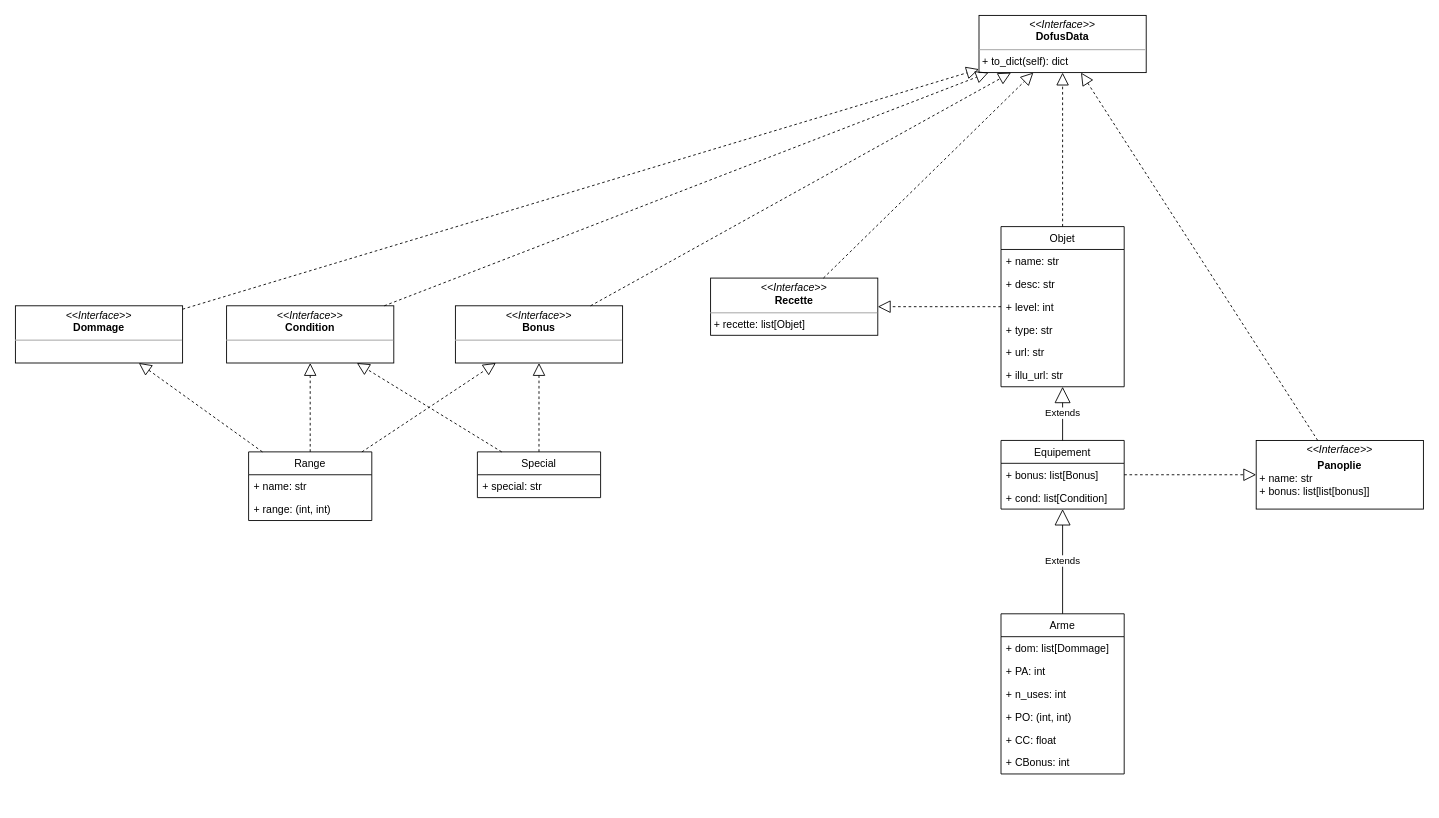
The draw.io diagram page "UML" (2 of 2) of schema_database_dofus.drawio in Futurne/dofus_scrap, before the edit. Source tidied: cells renumbered, new cells numbered last; positions are measured from the earlier drawing's top-left corner, leaving out a move shared by most shapes. Both pictures are drawn from the tidied source at 88%, with x=0, y=0 at pixel (15, 15).
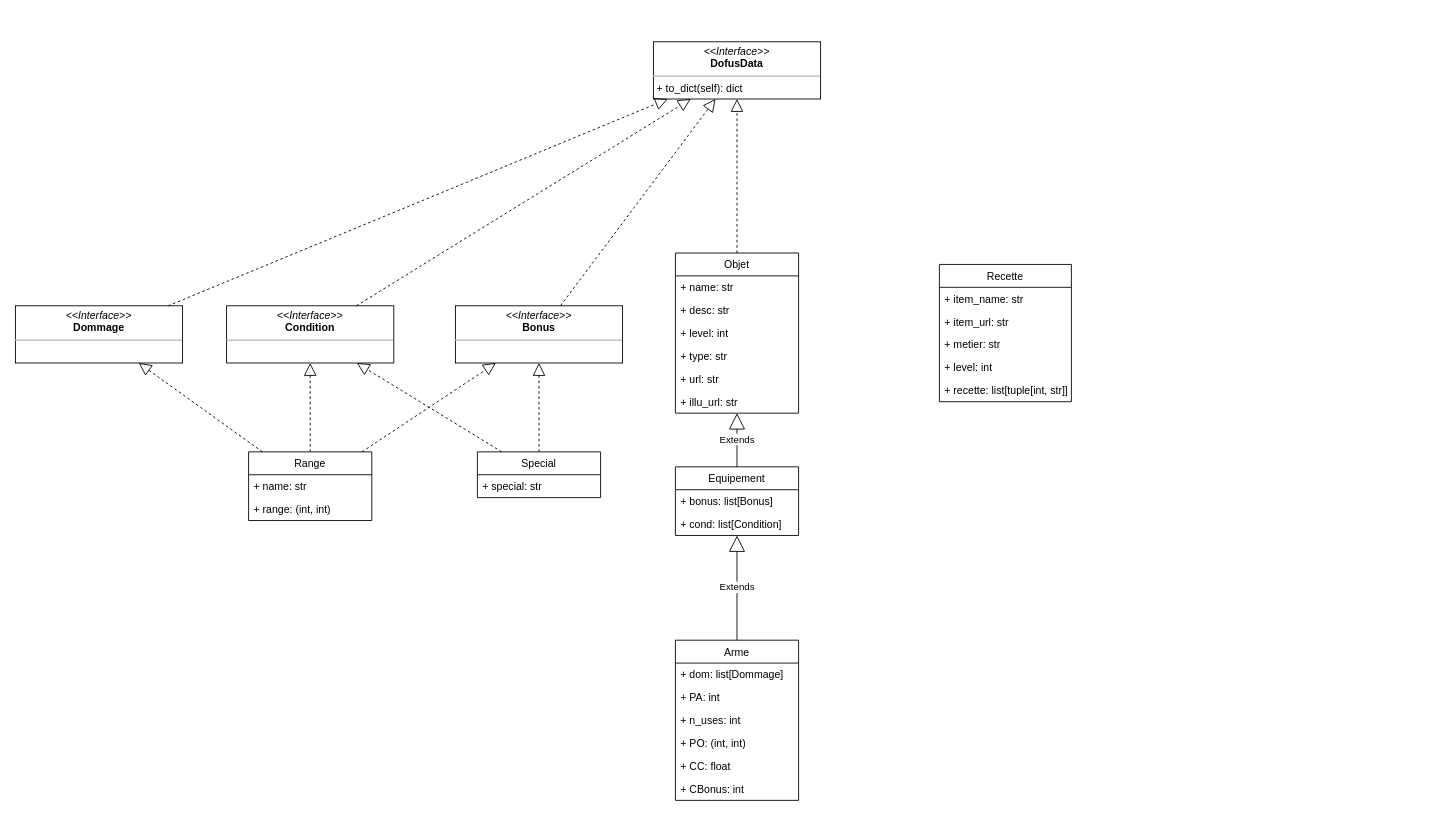
Above is the later version.

Change to the diagram source:
```diff
@@
     <mxCell id="2" value="Arme" style="swimlane;fontStyle=0;horizontal=1;startSize=26;fillColor=none;" parent="1" vertex="1">
-      <mxGeometry x="1120" y="680" width="140" height="182" as="geometry" />
+      <mxGeometry x="750" y="710" width="140" height="182" as="geometry" />
     </mxCell>
@@
     <mxCell id="9" value="Equipement" style="swimlane;fontStyle=0;horizontal=1;startSize=26;fillColor=none;" parent="1" vertex="1">
-      <mxGeometry x="1120" y="483" width="140" height="78" as="geometry" />
+      <mxGeometry x="750" y="513" width="140" height="78" as="geometry" />
     </mxCell>
@@
     <mxCell id="12" value="Objet" style="swimlane;fontStyle=0;horizontal=1;startSize=26;fillColor=none;" parent="1" vertex="1">
-      <mxGeometry x="1120" y="240" width="140" height="182" as="geometry" />
+      <mxGeometry x="750" y="270" width="140" height="182" as="geometry" />
     </mxCell>
@@
-    <mxCell id="21" value="&lt;p style=&quot;margin:0px;margin-top:4px;text-align:center;&quot;&gt;&lt;i&gt;&amp;lt;&amp;lt;Interface&amp;gt;&amp;gt;&lt;/i&gt;&lt;br&gt;&lt;b&gt;Recette&lt;/b&gt;&lt;/p&gt;&lt;hr size=&quot;1&quot;&gt;&lt;p style=&quot;margin:0px;margin-left:4px;&quot;&gt;+ recette: list[Objet]&lt;/p&gt;" style="verticalAlign=top;align=left;overflow=fill;fontSize=12;fontFamily=Helvetica;html=1;" parent="1" vertex="1">
-      <mxGeometry x="790" y="298.5" width="190" height="65" as="geometry" />
-    </mxCell>
-    <mxCell id="22" value="&lt;p style=&quot;margin:0px;margin-top:4px;text-align:center;&quot;&gt;&lt;i&gt;&amp;lt;&amp;lt;Interface&amp;gt;&amp;gt;&lt;/i&gt;&lt;/p&gt;&lt;p style=&quot;margin:0px;margin-top:4px;text-align:center;&quot;&gt;&lt;b style=&quot;&quot;&gt;Panoplie&lt;/b&gt;&lt;br&gt;&lt;/p&gt;&lt;p style=&quot;margin:0px;margin-left:4px;&quot;&gt;+ name: str&lt;/p&gt;&lt;p style=&quot;margin:0px;margin-left:4px;&quot;&gt;+ bonus: list[list[bonus]]&lt;/p&gt;" style="verticalAlign=top;align=left;overflow=fill;fontSize=12;fontFamily=Helvetica;html=1;" parent="1" vertex="1">
-      <mxGeometry x="1410" y="483" width="190" height="78" as="geometry" />
-    </mxCell>
-    <mxCell id="23" style="endArrow=block;dashed=1;endFill=0;endSize=12;html=1;rounded=0;" parent="1" edge="1" source="9" target="22">
-      <mxGeometry relative="1" as="geometry" />
-    </mxCell>
-    <mxCell id="24" style="endArrow=block;dashed=1;endFill=0;endSize=12;html=1;rounded=0;" parent="1" edge="1" source="12" target="21">
-      <mxGeometry relative="1" as="geometry" />
-    </mxCell>
@@
     <mxCell id="36" value="&lt;p style=&quot;margin: 4px 0px 0px; text-align: center;&quot;&gt;&lt;i&gt;&amp;lt;&amp;lt;Interface&amp;gt;&amp;gt;&lt;/i&gt;&lt;br&gt;&lt;b&gt;DofusData&lt;/b&gt;&lt;/p&gt;&lt;hr size=&quot;1&quot;&gt;&lt;p style=&quot;margin: 0px 0px 0px 4px;&quot;&gt;+ to_dict(self): dict&lt;/p&gt;" style="verticalAlign=top;align=left;overflow=fill;fontSize=12;fontFamily=Helvetica;html=1;" parent="1" vertex="1">
-      <mxGeometry x="1095" width="190" height="65" as="geometry" />
+      <mxGeometry x="725" y="30" width="190" height="65" as="geometry" />
     </mxCell>
@@
-    <mxCell id="39" style="endArrow=block;dashed=1;endFill=0;endSize=12;html=1;rounded=0;" parent="1" edge="1" source="21" target="36">
-      <mxGeometry relative="1" as="geometry" />
-    </mxCell>
@@
-    <mxCell id="41" style="endArrow=block;dashed=1;endFill=0;endSize=12;html=1;rounded=0;" parent="1" edge="1" source="22" target="36">
-      <mxGeometry relative="1" as="geometry" />
-    </mxCell>
@@
+    <mxCell id="45" value="Recette" style="swimlane;fontStyle=0;horizontal=1;startSize=26;fillColor=none;" parent="1" vertex="1">
+      <mxGeometry x="1050" y="283" width="150" height="156" as="geometry" />
+    </mxCell>
+    <mxCell id="46" value="+ item_name: str" style="text;strokeColor=none;fillColor=none;align=left;verticalAlign=top;spacingLeft=4;spacingRight=4;overflow=hidden;" parent="45" vertex="1">
+      <mxGeometry y="26" width="150" height="26" as="geometry" />
+    </mxCell>
+    <mxCell id="47" value="+ item_url: str" style="text;strokeColor=none;fillColor=none;align=left;verticalAlign=top;spacingLeft=4;spacingRight=4;overflow=hidden;" parent="45" vertex="1">
+      <mxGeometry y="52" width="150" height="26" as="geometry" />
+    </mxCell>
+    <mxCell id="48" value="+ metier: str" style="text;strokeColor=none;fillColor=none;align=left;verticalAlign=top;spacingLeft=4;spacingRight=4;overflow=hidden;" parent="45" vertex="1">
+      <mxGeometry y="78" width="150" height="26" as="geometry" />
+    </mxCell>
+    <mxCell id="49" value="+ level: int" style="text;strokeColor=none;fillColor=none;align=left;verticalAlign=top;spacingLeft=4;spacingRight=4;overflow=hidden;" parent="45" vertex="1">
+      <mxGeometry y="104" width="150" height="26" as="geometry" />
+    </mxCell>
+    <mxCell id="50" value="+ recette: list[tuple[int, str]]" style="text;strokeColor=none;fillColor=none;align=left;verticalAlign=top;spacingLeft=4;spacingRight=4;overflow=hidden;" parent="45" vertex="1">
+      <mxGeometry y="130" width="150" height="26" as="geometry" />
+    </mxCell>
```
